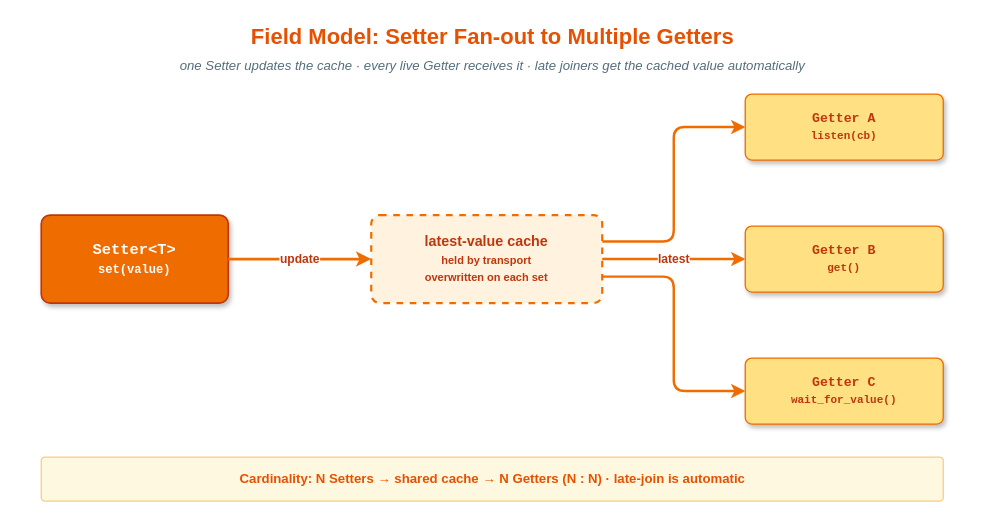
Above: doc/images/field-multi-getter.drawio in PinkMan-03/vlink (draw.io), before the change. Source tidied: cells renumbered, new cells numbered last; positions are measured from the earlier drawing's top-left corner, leaving out a move shared by most shapes. Both pictures are drawn from the tidied source at 110%, with x=0, y=0 at pixel (19, 19).
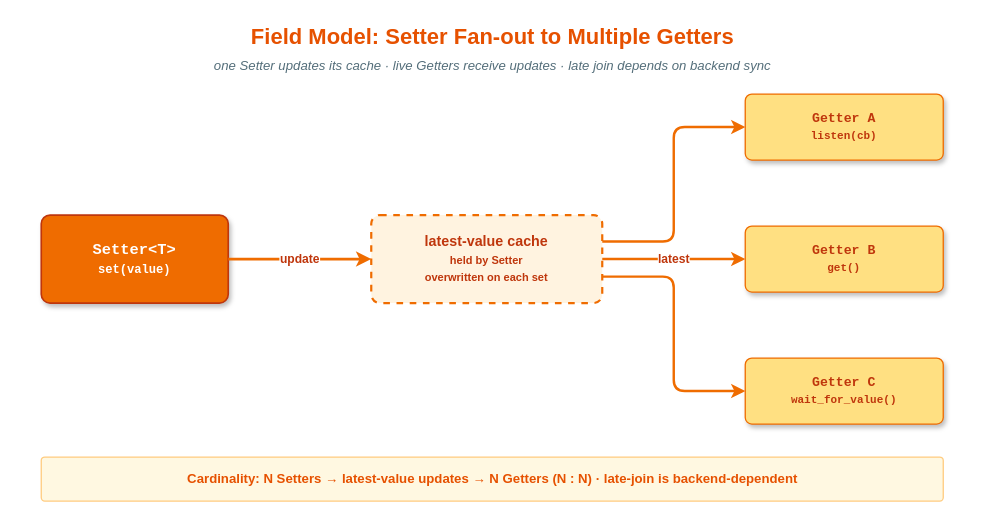
The same diagram, later.

Change to the diagram source:
```diff
@@
 <mxGraphModel>
   <root>
     <mxCell id="0" />
     <mxCell id="1" parent="0" />
     <mxCell id="2" value="Field Model: Setter Fan-out to Multiple Getters" style="text;html=1;align=center;verticalAlign=middle;strokeColor=none;fillColor=none;fontSize=20;fontStyle=1;fontColor=#e65100;" parent="1" vertex="1">
       <mxGeometry width="860" height="30" as="geometry" />
     </mxCell>
-    <mxCell id="3" value="one Setter updates the cache · every live Getter receives it  ·  late joiners get the cached value automatically" style="text;html=1;align=center;verticalAlign=middle;strokeColor=none;fillColor=none;fontSize=12;fontStyle=2;fontColor=#546e7a;" parent="1" vertex="1">
+    <mxCell id="3" value="one Setter updates its cache · live Getters receive updates · late join depends on backend sync" style="text;html=1;align=center;verticalAlign=middle;strokeColor=none;fillColor=none;fontSize=12;fontStyle=2;fontColor=#546e7a;" parent="1" vertex="1">
       <mxGeometry y="32" width="860" height="22" as="geometry" />
     </mxCell>
     <mxCell id="4" value="&lt;b&gt;Setter&amp;lt;T&amp;gt;&lt;/b&gt;&lt;br/&gt;&lt;span style=&quot;font-size:11px;&quot;&gt;set(value)&lt;/span&gt;" style="rounded=1;whiteSpace=wrap;html=1;fillColor=#ef6c00;strokeColor=#bf360c;strokeWidth=1.5;arcSize=10;fontSize=14;fontFamily=Courier New;fontStyle=1;fontColor=#ffffff;shadow=1;verticalAlign=middle;align=center;" parent="1" vertex="1">
       <mxGeometry x="20" y="178" width="170" height="80" as="geometry" />
     </mxCell>
-    <mxCell id="5" value="&lt;b&gt;latest-value cache&lt;/b&gt;&lt;br/&gt;&lt;span style=&quot;font-size:10px;&quot;&gt;held by transport&lt;br/&gt;overwritten on each set&lt;/span&gt;" style="rounded=1;whiteSpace=wrap;html=1;fillColor=#fff3e0;strokeColor=#ef6c00;strokeWidth=2;dashed=1;arcSize=10;fontSize=13;fontStyle=1;fontColor=#bf360c;verticalAlign=middle;align=center;" parent="1" vertex="1">
+    <mxCell id="5" value="&lt;b&gt;latest-value cache&lt;/b&gt;&lt;br/&gt;&lt;span style=&quot;font-size:10px;&quot;&gt;held by Setter&lt;br/&gt;overwritten on each set&lt;/span&gt;" style="rounded=1;whiteSpace=wrap;html=1;fillColor=#fff3e0;strokeColor=#ef6c00;strokeWidth=2;dashed=1;arcSize=10;fontSize=13;fontStyle=1;fontColor=#bf360c;verticalAlign=middle;align=center;" parent="1" vertex="1">
       <mxGeometry x="320" y="178" width="210" height="80" as="geometry" />
     </mxCell>
     <mxCell id="6" value="&lt;b&gt;Getter A&lt;/b&gt;&lt;br/&gt;&lt;span style=&quot;font-size:10px;&quot;&gt;listen(cb)&lt;/span&gt;" style="rounded=1;whiteSpace=wrap;html=1;fillColor=#ffe082;strokeColor=#ef6c00;strokeWidth=1.2;arcSize=10;fontSize=12;fontFamily=Courier New;fontStyle=1;fontColor=#bf360c;shadow=1;verticalAlign=middle;align=center;" parent="1" vertex="1">
       <mxGeometry x="660" y="68" width="180" height="60" as="geometry" />
     </mxCell>
     <mxCell id="7" value="&lt;b&gt;Getter B&lt;/b&gt;&lt;br/&gt;&lt;span style=&quot;font-size:10px;&quot;&gt;get()&lt;/span&gt;" style="rounded=1;whiteSpace=wrap;html=1;fillColor=#ffe082;strokeColor=#ef6c00;strokeWidth=1.2;arcSize=10;fontSize=12;fontFamily=Courier New;fontStyle=1;fontColor=#bf360c;shadow=1;verticalAlign=middle;align=center;" parent="1" vertex="1">
       <mxGeometry x="660" y="188" width="180" height="60" as="geometry" />
     </mxCell>
     <mxCell id="8" value="&lt;b&gt;Getter C&lt;/b&gt;&lt;br/&gt;&lt;span style=&quot;font-size:10px;&quot;&gt;wait_for_value()&lt;/span&gt;" style="rounded=1;whiteSpace=wrap;html=1;fillColor=#ffe082;strokeColor=#ef6c00;strokeWidth=1.2;arcSize=10;fontSize=12;fontFamily=Courier New;fontStyle=1;fontColor=#bf360c;shadow=1;verticalAlign=middle;align=center;" parent="1" vertex="1">
       <mxGeometry x="660" y="308" width="180" height="60" as="geometry" />
     </mxCell>
     <mxCell id="9" value="&lt;b&gt;update&lt;/b&gt;" style="edgeStyle=orthogonalEdgeStyle;rounded=1;endArrow=classic;endFill=1;html=1;strokeWidth=2.5;strokeColor=#ef6c00;fontSize=11;fontStyle=1;fontColor=#bf360c;labelBackgroundColor=#ffffff;exitX=1;exitY=0.5;entryX=0;entryY=0.5;" parent="1" edge="1" source="4" target="5">
       <mxGeometry relative="1" as="geometry" />
     </mxCell>
     <mxCell id="10" style="edgeStyle=orthogonalEdgeStyle;rounded=1;endArrow=classic;endFill=1;html=1;strokeWidth=2.2;strokeColor=#ef6c00;exitX=1;exitY=0.3;entryX=0;entryY=0.5;" parent="1" edge="1" source="5" target="6">
       <mxGeometry relative="1" as="geometry" />
     </mxCell>
     <mxCell id="11" value="&lt;b&gt;latest&lt;/b&gt;" style="edgeStyle=orthogonalEdgeStyle;rounded=1;endArrow=classic;endFill=1;html=1;strokeWidth=2.2;strokeColor=#ef6c00;fontSize=11;fontStyle=1;fontColor=#bf360c;labelBackgroundColor=#ffffff;exitX=1;exitY=0.5;entryX=0;entryY=0.5;" parent="1" edge="1" source="5" target="7">
       <mxGeometry relative="1" as="geometry" />
     </mxCell>
     <mxCell id="12" style="edgeStyle=orthogonalEdgeStyle;rounded=1;endArrow=classic;endFill=1;html=1;strokeWidth=2.2;strokeColor=#ef6c00;exitX=1;exitY=0.7;entryX=0;entryY=0.5;" parent="1" edge="1" source="5" target="8">
       <mxGeometry relative="1" as="geometry" />
     </mxCell>
     <mxCell id="13" style="rounded=1;whiteSpace=wrap;html=1;fillColor=#fff8e1;strokeColor=#ffcc80;strokeWidth=1.2;arcSize=8;" parent="1" vertex="1">
       <mxGeometry x="20" y="398" width="820" height="40" as="geometry" />
     </mxCell>
-    <mxCell id="14" value="Cardinality: N Setters → shared cache → N Getters  (N : N)   ·   late-join is automatic" style="text;html=1;align=center;verticalAlign=middle;strokeColor=none;fillColor=none;fontSize=12;fontStyle=1;fontColor=#e65100;" parent="1" vertex="1">
+    <mxCell id="14" value="Cardinality: N Setters → latest-value updates → N Getters (N : N) · late-join is backend-dependent" style="text;html=1;align=center;verticalAlign=middle;strokeColor=none;fillColor=none;fontSize=12;fontStyle=1;fontColor=#e65100;" parent="1" vertex="1">
       <mxGeometry x="20" y="398" width="820" height="40" as="geometry" />
     </mxCell>
   </root>
 </mxGraphModel>
```
